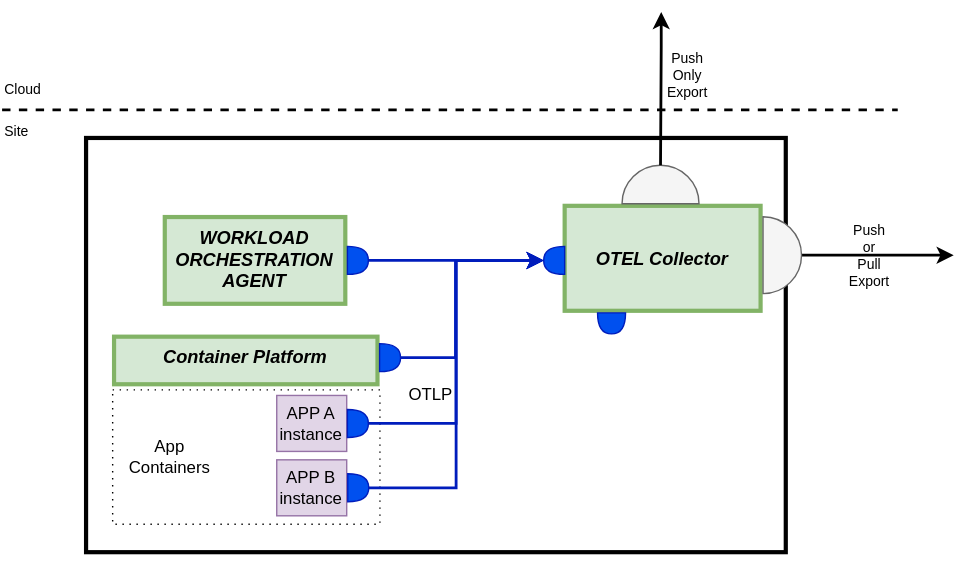
The draw.io diagram system-design/figures/System-design-observability.drawio.svg in margo/specification, before a commit. Source tidied: cells renumbered, new cells last; positions are measured from the earlier drawing's top-left corner, leaving out a move shared by most shapes. Its diagram source:
```xml
<mxGraphModel>
  <root>
    <mxCell id="0" />
    <mxCell id="1" parent="0" />
    <mxCell id="2" style="rounded=0;whiteSpace=wrap;html=1;strokeColor=none;" parent="1" vertex="1">
      <mxGeometry width="680" height="400" as="geometry" />
    </mxCell>
    <mxCell id="3" style="whiteSpace=wrap;align=center;verticalAlign=bottom;fontStyle=1;strokeWidth=3;fontSize=20;rounded=0;fontFamily=Helvetica;" parent="1" vertex="1">
      <mxGeometry x="60" y="94" width="500" height="296" as="geometry" />
    </mxCell>
    <mxCell id="4" value="OTEL Collector" style="whiteSpace=wrap;align=center;verticalAlign=middle;fontStyle=3;strokeWidth=3;fontSize=13;rounded=0;fillColor=#d5e8d4;strokeColor=#82b366;fontFamily=Helvetica;" parent="1" vertex="1">
      <mxGeometry x="402" y="142.5" width="140" height="75" as="geometry" />
    </mxCell>
    <mxCell id="5" style="rounded=0;whiteSpace=wrap;html=1;dashed=1;strokeColor=#000000;dashPattern=1 4;" parent="1" vertex="1">
      <mxGeometry x="79" y="274" width="191" height="96" as="geometry" />
    </mxCell>
    <mxCell id="6" value="APP A&lt;br&gt;instance" style="rounded=0;whiteSpace=wrap;html=1;fillColor=#e1d5e7;strokeColor=#9673a6;fontFamily=Helvetica;" parent="1" vertex="1">
      <mxGeometry x="196.2" y="278" width="50" height="40" as="geometry" />
    </mxCell>
    <mxCell id="7" value="APP B&lt;br&gt;instance" style="rounded=0;whiteSpace=wrap;html=1;fillColor=#e1d5e7;strokeColor=#9673a6;fontFamily=Helvetica;" parent="1" vertex="1">
      <mxGeometry x="196.2" y="324" width="50" height="40" as="geometry" />
    </mxCell>
    <mxCell id="8" value="OTLP" style="text;html=1;strokeColor=none;fillColor=none;align=center;verticalAlign=middle;whiteSpace=wrap;rounded=0;fontFamily=Helvetica;" parent="1" vertex="1">
      <mxGeometry x="287.2" y="264.5" width="38.5" height="26" as="geometry" />
    </mxCell>
    <mxCell id="9" style="shape=or;whiteSpace=wrap;html=1;fillColor=#0050ef;strokeColor=#001DBC;rotation=-180;fontFamily=Helvetica;verticalAlign=top;rounded=0;fontColor=#ffffff;" parent="1" vertex="1">
      <mxGeometry x="387" y="171.5" width="15" height="20" as="geometry" />
    </mxCell>
    <mxCell id="10" style="shape=or;whiteSpace=wrap;html=1;fillColor=#0050ef;strokeColor=#001DBC;direction=south;rotation=-90;fontFamily=Helvetica;verticalAlign=top;rounded=0;fontColor=#ffffff;" parent="1" vertex="1">
      <mxGeometry x="244.2" y="290.5" width="20" height="15" as="geometry" />
    </mxCell>
    <mxCell id="11" style="edgeStyle=orthogonalEdgeStyle;rounded=0;jettySize=auto;html=1;exitX=1;exitY=0.5;exitDx=0;exitDy=0;exitPerimeter=0;entryX=1;entryY=0.5;entryDx=0;entryDy=0;entryPerimeter=0;fillColor=#0050ef;strokeColor=#001DBC;fontFamily=Helvetica;strokeWidth=2;" parent="1" edge="1" source="12" target="9">
      <mxGeometry relative="1" as="geometry" />
    </mxCell>
    <mxCell id="12" style="shape=or;whiteSpace=wrap;html=1;fillColor=#0050ef;strokeColor=#001DBC;direction=south;rotation=-90;fontFamily=Helvetica;verticalAlign=top;rounded=0;fontColor=#ffffff;" parent="1" vertex="1">
      <mxGeometry x="244.5" y="336.5" width="20" height="15" as="geometry" />
    </mxCell>
    <mxCell id="13" style="verticalLabelPosition=bottom;verticalAlign=top;html=1;shape=mxgraph.basic.half_circle;fillColor=#f5f5f5;strokeColor=#666666;rounded=0;fontColor=#333333;rotation=-180;fontFamily=Helvetica;" parent="1" vertex="1">
      <mxGeometry x="443" y="113.5" width="55" height="27.5" as="geometry" />
    </mxCell>
    <mxCell id="14" style="edgeStyle=orthogonalEdgeStyle;elbow=horizontal;strokeColor=default;strokeWidth=2;fillColor=#dae8fc;rounded=0;entryX=0.5;entryY=1;entryDx=0;entryDy=0;entryPerimeter=0;startArrow=classic;startFill=1;endArrow=none;endFill=0;fontFamily=Helvetica;" parent="1" edge="1" target="13">
      <mxGeometry relative="1" as="geometry">
        <mxPoint x="471" y="4" as="sourcePoint" />
        <Array as="points">
          <mxPoint x="471" y="29" />
        </Array>
      </mxGeometry>
    </mxCell>
    <mxCell id="15" value="WORKLOAD&#10;ORCHESTRATION AGENT" style="whiteSpace=wrap;align=center;verticalAlign=top;fontStyle=3;strokeWidth=3;fontSize=13;rounded=0;fontFamily=Helvetica;fillColor=#d5e8d4;strokeColor=#82b366;" parent="1" vertex="1">
      <mxGeometry x="116.2" y="150.5" width="129" height="62" as="geometry" />
    </mxCell>
    <mxCell id="16" style="edgeStyle=orthogonalEdgeStyle;rounded=0;jettySize=auto;html=1;exitX=1;exitY=0.5;exitDx=0;exitDy=0;exitPerimeter=0;entryX=1;entryY=0.5;entryDx=0;entryDy=0;entryPerimeter=0;fillColor=#0050ef;strokeColor=#001DBC;fontFamily=Helvetica;strokeWidth=2;" parent="1" edge="1" source="10" target="9">
      <mxGeometry relative="1" as="geometry" />
    </mxCell>
    <mxCell id="17" style="shape=or;whiteSpace=wrap;html=1;fillColor=#0050ef;strokeColor=#001DBC;direction=south;rotation=-90;fontFamily=Helvetica;verticalAlign=top;rounded=0;fontColor=#ffffff;" parent="1" vertex="1">
      <mxGeometry x="244.2" y="174" width="20" height="15" as="geometry" />
    </mxCell>
    <mxCell id="18" style="edgeStyle=orthogonalEdgeStyle;rounded=0;jettySize=auto;html=1;exitX=1;exitY=0.5;exitDx=0;exitDy=0;exitPerimeter=0;entryX=1;entryY=0.5;entryDx=0;entryDy=0;entryPerimeter=0;fillColor=#0050ef;strokeColor=#001DBC;fontFamily=Helvetica;strokeWidth=2;" parent="1" edge="1" source="17" target="9">
      <mxGeometry relative="1" as="geometry" />
    </mxCell>
    <mxCell id="19" value="Container Platform" style="whiteSpace=wrap;align=center;verticalAlign=top;fontStyle=3;strokeWidth=3;fontSize=13;rounded=0;fontFamily=Helvetica;fillColor=#d5e8d4;strokeColor=#82b366;" parent="1" vertex="1">
      <mxGeometry x="80" y="236" width="188.2" height="34" as="geometry" />
    </mxCell>
    <mxCell id="20" style="shape=or;whiteSpace=wrap;html=1;fillColor=#0050ef;strokeColor=#001DBC;direction=south;rotation=-90;fontFamily=Helvetica;verticalAlign=top;rounded=0;fontColor=#ffffff;" parent="1" vertex="1">
      <mxGeometry x="267.2" y="243.5" width="20" height="15" as="geometry" />
    </mxCell>
    <mxCell id="21" style="edgeStyle=orthogonalEdgeStyle;rounded=0;jettySize=auto;html=1;fillColor=#0050ef;strokeColor=#001DBC;fontFamily=Helvetica;strokeWidth=2;entryX=1;entryY=0.5;entryDx=0;entryDy=0;entryPerimeter=0;exitX=1;exitY=0.5;exitDx=0;exitDy=0;exitPerimeter=0;" parent="1" edge="1" source="20" target="9">
      <mxGeometry relative="1" as="geometry">
        <Array as="points">
          <mxPoint x="324" y="251" />
          <mxPoint x="324" y="182" />
        </Array>
      </mxGeometry>
    </mxCell>
    <mxCell id="22" style="shape=or;whiteSpace=wrap;html=1;fillColor=#0050ef;strokeColor=#001DBC;rotation=90;fontFamily=Helvetica;verticalAlign=top;rounded=0;fontColor=#ffffff;" parent="1" vertex="1">
      <mxGeometry x="428" y="216.5" width="15" height="20" as="geometry" />
    </mxCell>
    <mxCell id="23" value="App Containers" style="text;html=1;strokeColor=none;fillColor=none;align=center;verticalAlign=middle;whiteSpace=wrap;rounded=0;dashed=1;" parent="1" vertex="1">
      <mxGeometry x="90" y="307" width="60" height="30" as="geometry" />
    </mxCell>
    <mxCell id="24" style="edgeStyle=none;html=1;strokeWidth=2;" parent="1" edge="1" source="25">
      <mxGeometry relative="1" as="geometry">
        <mxPoint x="680" y="177.8" as="targetPoint" />
      </mxGeometry>
    </mxCell>
    <mxCell id="25" style="verticalLabelPosition=bottom;verticalAlign=top;html=1;shape=mxgraph.basic.half_circle;fillColor=#f5f5f5;strokeColor=#666666;rounded=0;fontColor=#333333;rotation=-90;fontFamily=Helvetica;" parent="1" vertex="1">
      <mxGeometry x="530" y="164" width="55" height="27.5" as="geometry" />
    </mxCell>
    <mxCell id="26" value="Push&amp;nbsp;&lt;br style=&quot;font-size: 10px;&quot;&gt;Only&lt;br style=&quot;font-size: 10px;&quot;&gt;Export" style="text;html=1;strokeColor=none;fillColor=none;align=center;verticalAlign=middle;whiteSpace=wrap;rounded=0;dashed=1;fontSize=10;" parent="1" vertex="1">
      <mxGeometry x="460" y="34" width="60" height="30" as="geometry" />
    </mxCell>
    <mxCell id="27" value="Push&amp;nbsp;&lt;br style=&quot;font-size: 10px;&quot;&gt;or&lt;br&gt;Pull&lt;br style=&quot;font-size: 10px;&quot;&gt;Export" style="text;html=1;strokeColor=none;fillColor=none;align=center;verticalAlign=middle;whiteSpace=wrap;rounded=0;dashed=1;fontSize=10;" parent="1" vertex="1">
      <mxGeometry x="590" y="162.8" width="60" height="30" as="geometry" />
    </mxCell>
    <mxCell id="28" style="endArrow=none;html=1;strokeWidth=2;fontSize=10;dashed=1;" parent="1" edge="1">
      <mxGeometry relative="1" as="geometry">
        <mxPoint y="74" as="sourcePoint" />
        <mxPoint x="640" y="74" as="targetPoint" />
      </mxGeometry>
    </mxCell>
    <mxCell id="29" value="Cloud" style="text;html=1;strokeColor=none;fillColor=none;align=left;verticalAlign=middle;whiteSpace=wrap;rounded=0;dashed=1;fontSize=10;" parent="1" vertex="1">
      <mxGeometry y="44" width="60" height="30" as="geometry" />
    </mxCell>
    <mxCell id="30" value="Site" style="text;html=1;strokeColor=none;fillColor=none;align=left;verticalAlign=middle;whiteSpace=wrap;rounded=0;dashed=1;fontSize=10;" parent="1" vertex="1">
      <mxGeometry y="74" width="60" height="30" as="geometry" />
    </mxCell>
  </root>
</mxGraphModel>
```
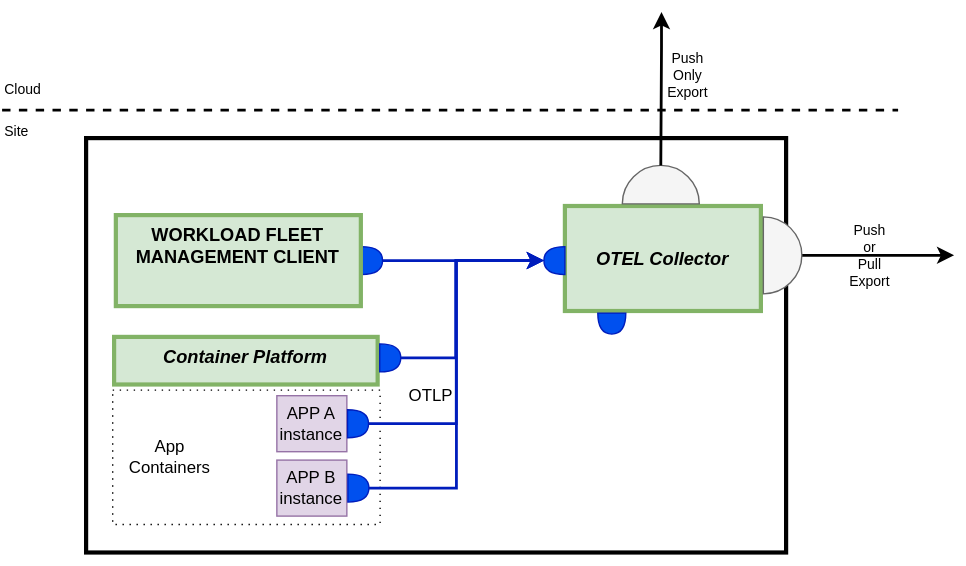
Above is the later version.

Change to the diagram source:
```diff
@@ -46,14 +46,11 @@
         </Array>
       </mxGeometry>
     </mxCell>
-    <mxCell id="15" value="WORKLOAD&#10;ORCHESTRATION AGENT" style="whiteSpace=wrap;align=center;verticalAlign=top;fontStyle=3;strokeWidth=3;fontSize=13;rounded=0;fontFamily=Helvetica;fillColor=#d5e8d4;strokeColor=#82b366;" parent="1" vertex="1">
-      <mxGeometry x="116.2" y="150.5" width="129" height="62" as="geometry" />
-    </mxCell>
     <mxCell id="16" style="edgeStyle=orthogonalEdgeStyle;rounded=0;jettySize=auto;html=1;exitX=1;exitY=0.5;exitDx=0;exitDy=0;exitPerimeter=0;entryX=1;entryY=0.5;entryDx=0;entryDy=0;entryPerimeter=0;fillColor=#0050ef;strokeColor=#001DBC;fontFamily=Helvetica;strokeWidth=2;" parent="1" edge="1" source="10" target="9">
       <mxGeometry relative="1" as="geometry" />
     </mxCell>
     <mxCell id="17" style="shape=or;whiteSpace=wrap;html=1;fillColor=#0050ef;strokeColor=#001DBC;direction=south;rotation=-90;fontFamily=Helvetica;verticalAlign=top;rounded=0;fontColor=#ffffff;" parent="1" vertex="1">
-      <mxGeometry x="244.2" y="174" width="20" height="15" as="geometry" />
+      <mxGeometry x="254.2" y="174" width="20" height="15" as="geometry" />
     </mxCell>
     <mxCell id="18" style="edgeStyle=orthogonalEdgeStyle;rounded=0;jettySize=auto;html=1;exitX=1;exitY=0.5;exitDx=0;exitDy=0;exitPerimeter=0;entryX=1;entryY=0.5;entryDx=0;entryDy=0;entryPerimeter=0;fillColor=#0050ef;strokeColor=#001DBC;fontFamily=Helvetica;strokeWidth=2;" parent="1" edge="1" source="17" target="9">
       <mxGeometry relative="1" as="geometry" />
@@ -104,5 +101,8 @@
     <mxCell id="30" value="Site" style="text;html=1;strokeColor=none;fillColor=none;align=left;verticalAlign=middle;whiteSpace=wrap;rounded=0;dashed=1;fontSize=10;" parent="1" vertex="1">
       <mxGeometry y="74" width="60" height="30" as="geometry" />
     </mxCell>
+    <mxCell id="31" value="WORKLOAD FLEET MANAGEMENT CLIENT" style="whiteSpace=wrap;align=center;verticalAlign=top;fontStyle=1;strokeWidth=3;fontSize=13;rounded=0;fontFamily=Helvetica;fillColor=#d5e8d4;strokeColor=#82b366;" parent="1" vertex="1">
+      <mxGeometry x="81.3" y="149" width="175" height="65" as="geometry" />
+    </mxCell>
   </root>
 </mxGraphModel>
```
